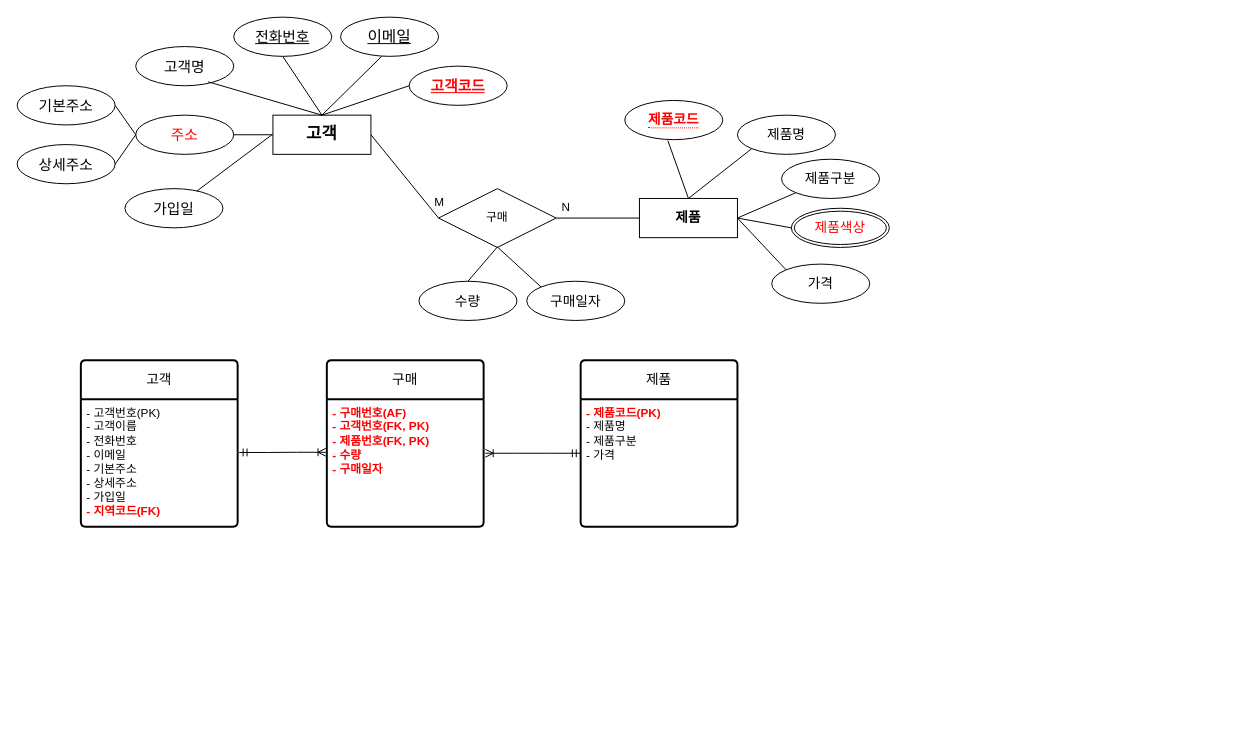
Above: page "페이지-5" (5 of 8) of erd.drawio in bitcocom/ai8erd (draw.io), before the change. Source tidied: cells renumbered, new cells numbered last; positions are measured from the earlier drawing's top-left corner, leaving out a move shared by most shapes. Both pictures are drawn from the tidied source at 98%, with x=0, y=0 at pixel (17, 17).
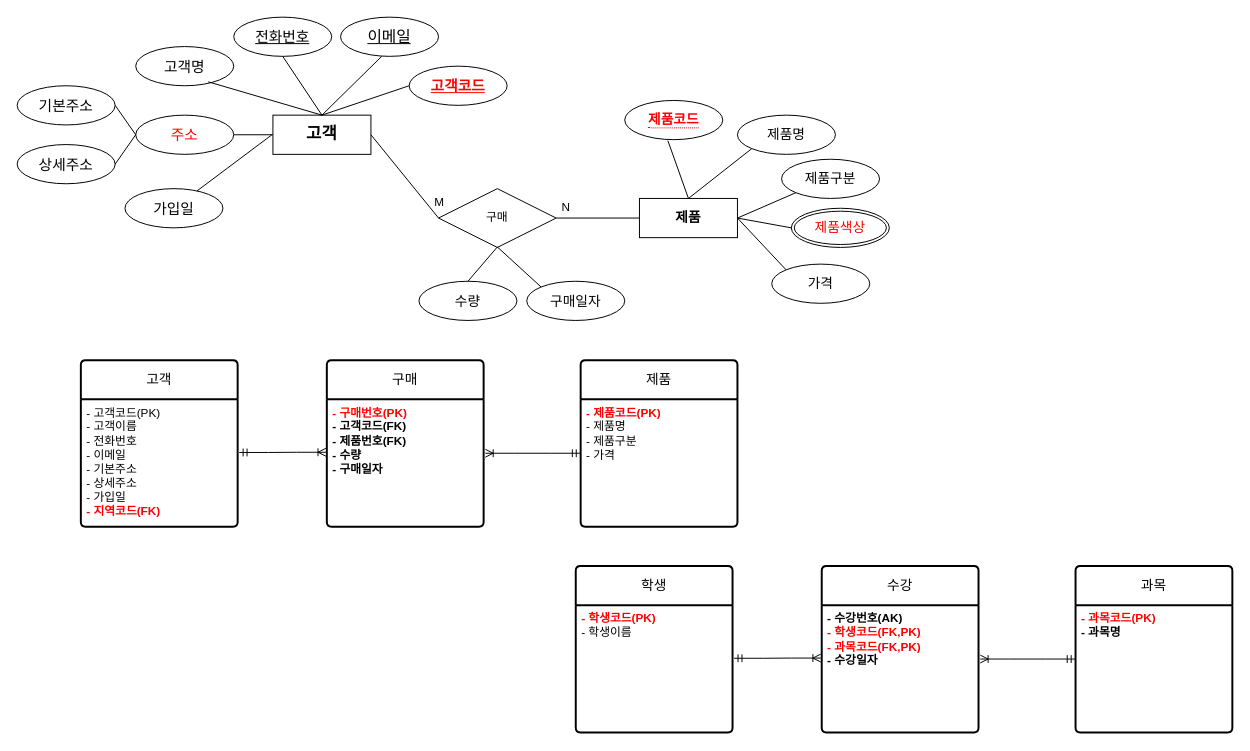
The same diagram, later.

Unchanged cells that the change refers to:
```xml
<mxCell id="36" value="고객" style="swimlane;horizontal=1;startSize=40;rounded=1;fontSize=14;fontStyle=0;strokeWidth=2;shadow=0;dashed=0;align=center;arcSize=4;whiteSpace=wrap;html=1;" parent="1" vertex="1">
  <mxGeometry x="65" y="350" width="160" height="170" as="geometry" />
</mxCell>
<mxCell id="40" value="구매" style="swimlane;horizontal=1;startSize=40;rounded=1;fontSize=14;fontStyle=0;strokeWidth=2;shadow=0;dashed=0;align=center;arcSize=4;whiteSpace=wrap;html=1;" parent="1" vertex="1">
  <mxGeometry x="316" y="350" width="160" height="170" as="geometry" />
</mxCell>
```

Diff of the diagram source:
```diff
@@
-    <mxCell id="37" value="- 고객번호(PK)&lt;br&gt;- 고객이름&lt;br&gt;- 전화번호&lt;br&gt;- 이메일&lt;br&gt;- 기본주소&lt;br&gt;- 상세주소&lt;br&gt;- 가입일&lt;br&gt;&lt;b&gt;&lt;font color=&quot;#ff0000&quot;&gt;- 지역코드(FK)&lt;/font&gt;&lt;/b&gt;" style="align=left;strokeColor=none;fillColor=none;spacingLeft=4;fontSize=12;verticalAlign=top;html=1;" parent="36" vertex="1">
+    <mxCell id="37" value="- 고객코드(PK)&lt;br&gt;- 고객이름&lt;br&gt;- 전화번호&lt;br&gt;- 이메일&lt;br&gt;- 기본주소&lt;br&gt;- 상세주소&lt;br&gt;- 가입일&lt;br&gt;&lt;b&gt;&lt;font color=&quot;#ff0000&quot;&gt;- 지역코드(FK)&lt;/font&gt;&lt;/b&gt;" style="align=left;strokeColor=none;fillColor=none;spacingLeft=4;fontSize=12;verticalAlign=top;html=1;" parent="36" vertex="1">
       <mxGeometry y="40" width="160" height="130" as="geometry" />
     </mxCell>
@@
-    <mxCell id="41" value="&lt;font color=&quot;#ff0000&quot;&gt;&lt;b&gt;- 구매번호(AF)&lt;br&gt;- 고객번호(FK, PK)&lt;br&gt;- 제품번호(FK, PK)&lt;br&gt;- 수량&lt;br&gt;- 구매일자&lt;br&gt;&lt;/b&gt;&lt;/font&gt;" style="align=left;strokeColor=none;fillColor=none;spacingLeft=4;fontSize=12;verticalAlign=top;html=1;" parent="40" vertex="1">
+    <mxCell id="41" value="&lt;font&gt;&lt;b&gt;&lt;font color=&quot;#ff0000&quot;&gt;- 구매번호(PK)&lt;br&gt;&lt;/font&gt;- 고객코드(FK)&lt;br&gt;- 제품번호(FK)&lt;br&gt;- 수량&lt;br&gt;- 구매일자&lt;br&gt;&lt;/b&gt;&lt;/font&gt;" style="align=left;strokeColor=none;fillColor=none;spacingLeft=4;fontSize=12;verticalAlign=top;html=1;fontColor=#000000;" parent="40" vertex="1">
       <mxGeometry y="40" width="160" height="130" as="geometry" />
     </mxCell>
@@
+    <mxCell id="48" value="학생" style="swimlane;horizontal=1;startSize=40;rounded=1;fontSize=14;fontStyle=0;strokeWidth=2;shadow=0;dashed=0;align=center;arcSize=4;whiteSpace=wrap;html=1;" parent="1" vertex="1">
+      <mxGeometry x="570" y="560" width="160" height="170" as="geometry" />
+    </mxCell>
+    <mxCell id="49" value="&lt;b&gt;&lt;font color=&quot;#ff0000&quot;&gt;- 학생코드(PK)&lt;br&gt;&lt;/font&gt;&lt;/b&gt;- 학생이름" style="align=left;strokeColor=none;fillColor=none;spacingLeft=4;fontSize=12;verticalAlign=top;html=1;" parent="48" vertex="1">
+      <mxGeometry y="40" width="160" height="130" as="geometry" />
+    </mxCell>
+    <mxCell id="50" value="과목" style="swimlane;horizontal=1;startSize=40;rounded=1;fontSize=14;fontStyle=0;strokeWidth=2;shadow=0;dashed=0;align=center;arcSize=4;whiteSpace=wrap;html=1;" parent="1" vertex="1">
+      <mxGeometry x="1080" y="560" width="160" height="170" as="geometry" />
+    </mxCell>
+    <mxCell id="51" value="&lt;b style=&quot;&quot;&gt;&lt;font color=&quot;#ff0000&quot;&gt;- 과목코드(PK)&lt;/font&gt;&lt;br&gt;- 과목명&lt;br&gt;&lt;/b&gt;" style="align=left;strokeColor=none;fillColor=none;spacingLeft=4;fontSize=12;verticalAlign=top;html=1;" parent="50" vertex="1">
+      <mxGeometry y="40" width="160" height="130" as="geometry" />
+    </mxCell>
+    <mxCell id="52" value="수강" style="swimlane;horizontal=1;startSize=40;rounded=1;fontSize=14;fontStyle=0;strokeWidth=2;shadow=0;dashed=0;align=center;arcSize=4;whiteSpace=wrap;html=1;" parent="1" vertex="1">
+      <mxGeometry x="821" y="560" width="160" height="170" as="geometry" />
+    </mxCell>
+    <mxCell id="53" value="&lt;b style=&quot;&quot;&gt;- 수강번호(AK)&lt;br&gt;&lt;font color=&quot;#ff0000&quot;&gt;- 학생코드(FK,PK)&lt;br&gt;- 과목코드(FK,PK)&lt;br&gt;&lt;/font&gt;- 수강일자&lt;br&gt;&lt;/b&gt;" style="align=left;strokeColor=none;fillColor=none;spacingLeft=4;fontSize=12;verticalAlign=top;html=1;" parent="52" vertex="1">
+      <mxGeometry y="40" width="160" height="130" as="geometry" />
+    </mxCell>
+    <mxCell id="54" style="edgeStyle=entityRelationEdgeStyle;fontSize=12;html=1;endArrow=ERoneToMany;startArrow=ERmandOne;rounded=0;exitX=1.01;exitY=0.417;exitDx=0;exitDy=0;exitPerimeter=0;" parent="1" edge="1" source="49">
+      <mxGeometry relative="1" as="geometry">
+        <mxPoint x="820" y="654" as="targetPoint" />
+      </mxGeometry>
+    </mxCell>
+    <mxCell id="55" style="edgeStyle=entityRelationEdgeStyle;fontSize=12;html=1;endArrow=ERoneToMany;startArrow=ERmandOne;rounded=0;exitX=-0.003;exitY=0.423;exitDx=0;exitDy=0;exitPerimeter=0;entryX=1.011;entryY=0.423;entryDx=0;entryDy=0;entryPerimeter=0;" parent="1" edge="1" source="51" target="53">
+      <mxGeometry relative="1" as="geometry" />
+    </mxCell>
```
